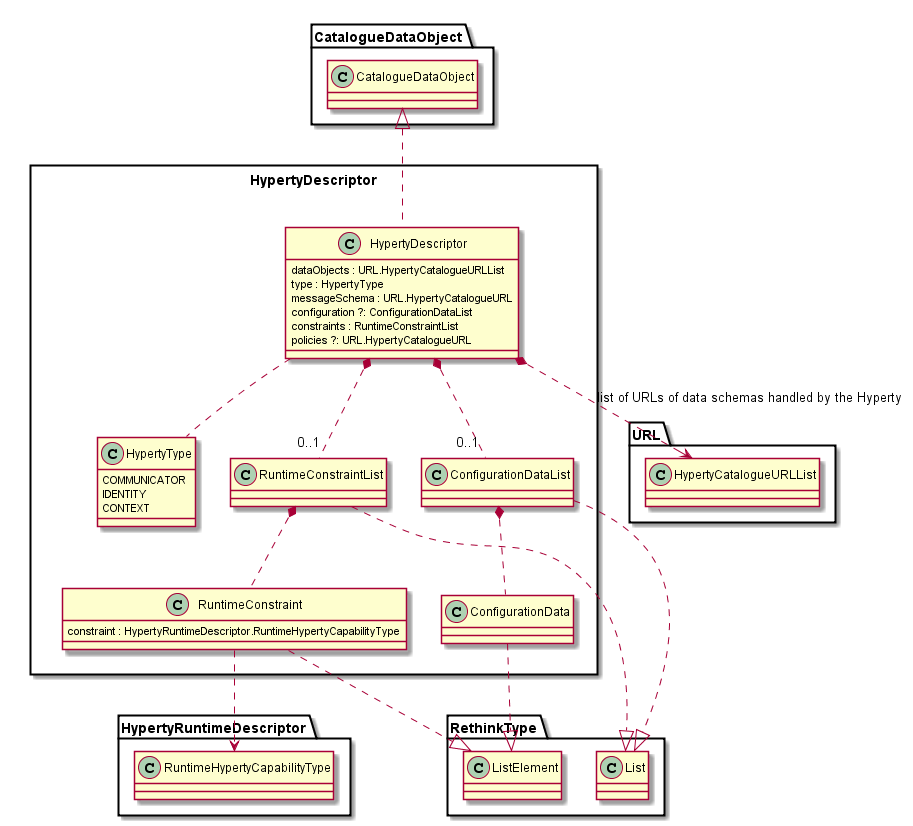
reTHINK-project/dev-service-framework keeps this PlantUML diagram as docs/datamodel/Hyperty-Descriptor-Data-Object-Model.png. Above is the earlier version. The source it was exported from:
```plantuml
@startuml "Hyperty-Descriptor-Data-Object-Model.png"

package HypertyDescriptor <<Rect>> {

	class HypertyType {
		COMMUNICATOR
		IDENTITY
		CONTEXT
	}

	class HypertyDescriptor {
		dataObjects : URL.HypertyCatalogueURLList
		type : HypertyType
		messageSchema : URL.HypertyCatalogueURL
		configuration ?: ConfigurationDataList
		constraints : RuntimeConstraintList
		policies ?: URL.HypertyCatalogueURL
	}

	class ConfigurationDataList {
	}

	class ConfigurationData {
	}


	class RuntimeConstraintList {
	}

	class RuntimeConstraint {
	constraint : HypertyRuntimeDescriptor.RuntimeHypertyCapabilityType
	}

	HypertyDescriptor .up.|> CatalogueDataObject.CatalogueDataObject

	HypertyDescriptor .. HypertyType
	HypertyDescriptor *.. "0..1" RuntimeConstraintList
	HypertyDescriptor *.. "0..1" ConfigurationDataList
	HypertyDescriptor *..> URL.HypertyCatalogueURLList : list of URLs of data schemas handled by the Hyperty

	RuntimeConstraint ..> HypertyRuntimeDescriptor.RuntimeHypertyCapabilityType

	RuntimeConstraintList *.. RuntimeConstraint
	ConfigurationDataList *.. ConfigurationData

	RuntimeConstraintList .down.|> RethinkType.List
	ConfigurationDataList .down.|> RethinkType.List

	RuntimeConstraint .down.|> RethinkType.ListElement
	ConfigurationData .down.|> RethinkType.ListElement

}

@enduml
```
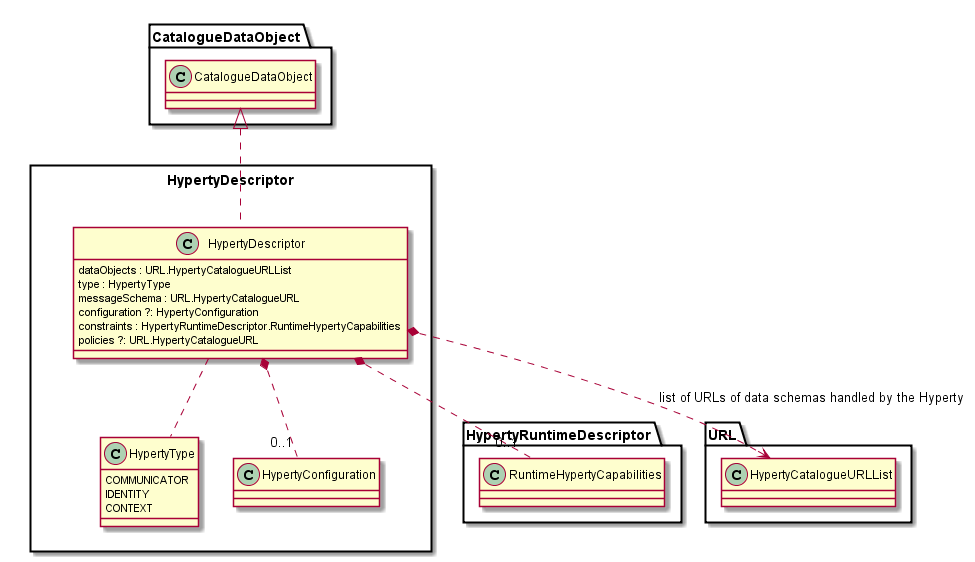
The same diagram one commit later.

The edit, as a diff of the source:
```diff
@@ -12,42 +12,23 @@
 		dataObjects : URL.HypertyCatalogueURLList
 		type : HypertyType
 		messageSchema : URL.HypertyCatalogueURL
-		configuration ?: ConfigurationDataList
-		constraints : RuntimeConstraintList
+		configuration ?: HypertyConfiguration
+		constraints : HypertyRuntimeDescriptor.RuntimeHypertyCapabilities
 		policies ?: URL.HypertyCatalogueURL
 	}
 
-	class ConfigurationDataList {
+	class HypertyConfiguration {
+
 	}
 
-	class ConfigurationData {
-	}
-
-
-	class RuntimeConstraintList {
-	}
-
-	class RuntimeConstraint {
-	constraint : HypertyRuntimeDescriptor.RuntimeHypertyCapabilityType
-	}
 
 	HypertyDescriptor .up.|> CatalogueDataObject.CatalogueDataObject
 
 	HypertyDescriptor .. HypertyType
-	HypertyDescriptor *.. "0..1" RuntimeConstraintList
-	HypertyDescriptor *.. "0..1" ConfigurationDataList
+	HypertyDescriptor *.. "0..1" HypertyRuntimeDescriptor.RuntimeHypertyCapabilities
+	HypertyDescriptor *.. "0..1" HypertyConfiguration
 	HypertyDescriptor *..> URL.HypertyCatalogueURLList : list of URLs of data schemas handled by the Hyperty
 
-	RuntimeConstraint ..> HypertyRuntimeDescriptor.RuntimeHypertyCapabilityType
-
-	RuntimeConstraintList *.. RuntimeConstraint
-	ConfigurationDataList *.. ConfigurationData
-
-	RuntimeConstraintList .down.|> RethinkType.List
-	ConfigurationDataList .down.|> RethinkType.List
-
-	RuntimeConstraint .down.|> RethinkType.ListElement
-	ConfigurationData .down.|> RethinkType.ListElement
 
 }
 
```
